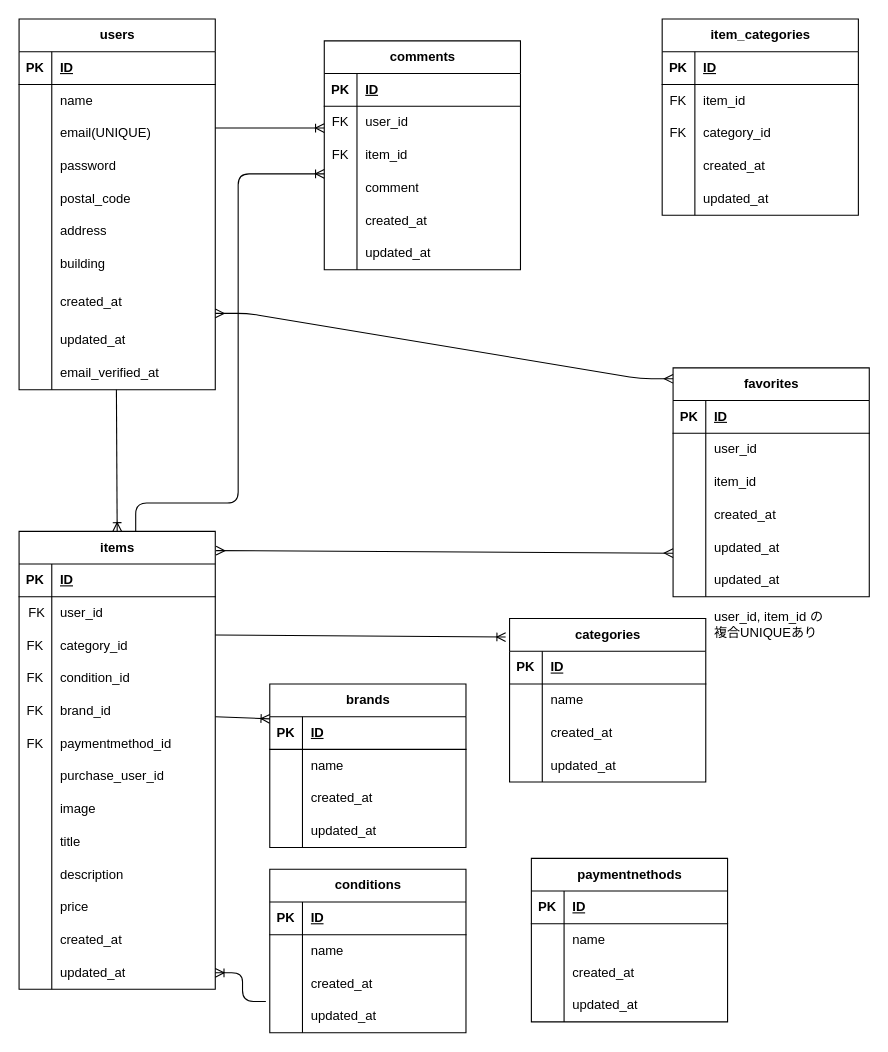
The draw.io diagram flea-market-app.dio in aya1204/flea-market-app, before the edit. Source tidied: cells renumbered, new cells numbered last; positions are measured from the earlier drawing's top-left corner, leaving out a move shared by most shapes. Both pictures are drawn from the tidied source at 109%, with x=0, y=0 at pixel (19, 19).
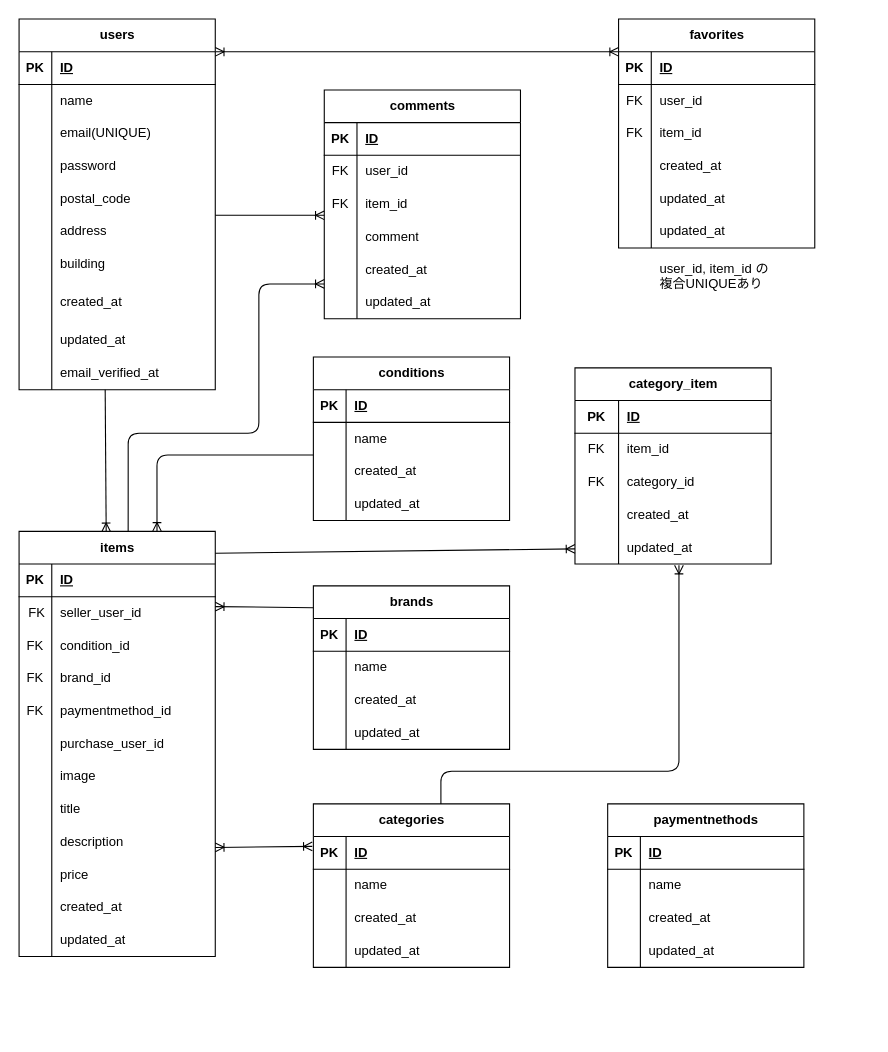
After the change.

The change refers to these unchanged cells:
```xml
<mxCell id="22" style="shape=tableRow;horizontal=0;startSize=0;swimlaneHead=0;swimlaneBody=0;fillColor=none;points=[[0,0.5],[1,0.5]];portConstraint=eastwest;top=0;left=0;right=0;bottom=0;" parent="15" vertex="1">
  <mxGeometry y="90" width="180" height="30" as="geometry" />
</mxCell>
<mxCell id="25" style="shape=tableRow;horizontal=0;startSize=0;swimlaneHead=0;swimlaneBody=0;fillColor=none;points=[[0,0.5],[1,0.5]];portConstraint=eastwest;top=0;left=0;right=0;bottom=0;" parent="15" vertex="1">
  <mxGeometry y="120" width="180" height="30" as="geometry" />
</mxCell>
<mxCell id="86" style="shape=tableRow;horizontal=0;startSize=0;swimlaneHead=0;swimlaneBody=0;fillColor=none;top=0;left=0;right=0;bottom=1;" parent="85" vertex="1">
  <mxGeometry y="30" width="180" height="30" as="geometry" />
</mxCell>
<mxCell id="89" style="shape=tableRow;horizontal=0;startSize=0;swimlaneHead=0;swimlaneBody=0;fillColor=none;top=0;left=0;right=0;bottom=0;" parent="85" vertex="1">
  <mxGeometry y="60" width="180" height="30" as="geometry" />
</mxCell>
<mxCell id="92" style="shape=tableRow;horizontal=0;startSize=0;swimlaneHead=0;swimlaneBody=0;fillColor=none;top=0;left=0;right=0;bottom=0;" parent="85" vertex="1">
  <mxGeometry y="90" width="180" height="30" as="geometry" />
</mxCell>
<mxCell id="95" style="shape=tableRow;horizontal=0;startSize=0;swimlaneHead=0;swimlaneBody=0;fillColor=none;top=0;left=0;right=0;bottom=0;" parent="85" vertex="1">
  <mxGeometry y="120" width="180" height="30" as="geometry" />
</mxCell>
<mxCell id="98" style="shape=tableRow;horizontal=0;startSize=0;swimlaneHead=0;swimlaneBody=0;fillColor=none;points=[[0,0.5],[1,0.5]];portConstraint=eastwest;top=0;left=0;right=0;bottom=0;" parent="85" vertex="1">
  <mxGeometry y="150" width="180" height="30" as="geometry" />
</mxCell>
<mxCell id="102" style="shape=tableRow;horizontal=0;startSize=0;swimlaneHead=0;swimlaneBody=0;fillColor=none;points=[[0,0.5],[1,0.5]];portConstraint=eastwest;top=0;left=0;right=0;bottom=1;" parent="101" vertex="1">
  <mxGeometry y="30" width="180" height="30" as="geometry" />
</mxCell>
<mxCell id="105" style="shape=tableRow;horizontal=0;startSize=0;swimlaneHead=0;swimlaneBody=0;fillColor=none;top=0;left=0;right=0;bottom=0;" parent="101" vertex="1">
  <mxGeometry y="60" width="180" height="30" as="geometry" />
</mxCell>
<mxCell id="108" style="shape=tableRow;horizontal=0;startSize=0;swimlaneHead=0;swimlaneBody=0;fillColor=none;top=0;left=0;right=0;bottom=0;" parent="101" vertex="1">
  <mxGeometry y="90" width="180" height="30" as="geometry" />
</mxCell>
<mxCell id="124" style="shape=tableRow;horizontal=0;startSize=0;swimlaneHead=0;swimlaneBody=0;fillColor=none;points=[[0,0.5],[1,0.5]];portConstraint=eastwest;top=0;left=0;right=0;bottom=0;" parent="120" vertex="1">
  <mxGeometry y="60" width="180" height="30" as="geometry" />
</mxCell>
<mxCell id="177" style="shape=tableRow;horizontal=0;startSize=0;swimlaneHead=0;swimlaneBody=0;fillColor=none;points=[[0,0.5],[1,0.5]];portConstraint=eastwest;top=0;left=0;right=0;bottom=0;" parent="164" vertex="1">
  <mxGeometry y="150" width="180" height="30" as="geometry" />
</mxCell>
```

The edit, as a diff of the source:
```diff
@@
     <mxCell id="2" value="categories" style="shape=table;startSize=30;childLayout=tableLayout;rowLines=0;fontStyle=1;align=center;html=1;" parent="1" vertex="1">
-      <mxGeometry x="450" y="550" width="180" height="150" as="geometry" />
+      <mxGeometry x="270" y="720" width="180" height="150" as="geometry" />
     </mxCell>
@@
     <mxCell id="15" value="conditions" style="shape=table;startSize=30;childLayout=tableLayout;rowLines=0;fontStyle=1;align=center;html=1;" parent="1" vertex="1">
-      <mxGeometry x="230" y="780" width="180" height="150" as="geometry" />
+      <mxGeometry x="270" y="310" width="180" height="150" as="geometry" />
     </mxCell>
@@
     <mxCell id="28" value="brands" style="shape=table;startSize=30;childLayout=tableLayout;rowLines=0;fontStyle=1;align=center;html=1;" parent="1" vertex="1">
-      <mxGeometry x="230" y="610" width="180" height="150" as="geometry" />
+      <mxGeometry x="270" y="520" width="180" height="150" as="geometry" />
     </mxCell>
@@
     <mxCell id="41" value="paymentnethods" style="shape=table;startSize=30;childLayout=tableLayout;rowLines=0;fontStyle=1;align=center;html=1;" parent="1" vertex="1">
-      <mxGeometry x="470" y="770" width="180" height="150" as="geometry" />
+      <mxGeometry x="540" y="720" width="180" height="150" as="geometry" />
     </mxCell>
@@
-    <mxCell id="85" value="item_categories" style="shape=table;startSize=30;childLayout=tableLayout;rowLines=0;fontStyle=1;align=center;html=1;" parent="1" vertex="1">
-      <mxGeometry x="590" width="180" height="180" as="geometry" />
+    <mxCell id="85" value="category_item" style="shape=table;startSize=30;childLayout=tableLayout;rowLines=0;fontStyle=1;align=center;html=1;" parent="1" vertex="1">
+      <mxGeometry x="510" y="320" width="180" height="180" as="geometry" />
     </mxCell>
@@
     <mxCell id="87" value="PK" style="shape=partialRectangle;fillColor=none;top=0;left=0;bottom=0;right=0;fontStyle=1;overflow=hidden;whiteSpace=wrap;html=1;" parent="86" vertex="1">
-      <mxGeometry width="30" height="30" as="geometry" />
+      <mxGeometry width="40" height="30" as="geometry" />
     </mxCell>
     <mxCell id="88" value="ID" style="shape=partialRectangle;fillColor=none;top=0;left=0;bottom=0;right=0;align=left;spacingLeft=6;fontStyle=5;overflow=hidden;whiteSpace=wrap;html=1;" parent="86" vertex="1">
-      <mxGeometry x="30" width="150" height="30" as="geometry" />
+      <mxGeometry x="40" width="140" height="30" as="geometry" />
     </mxCell>
@@
     <mxCell id="90" value="FK" style="shape=partialRectangle;fillColor=none;top=0;left=0;bottom=0;right=0;overflow=hidden;whiteSpace=wrap;html=1;" parent="89" vertex="1">
-      <mxGeometry width="30" height="30" as="geometry" />
+      <mxGeometry width="40" height="30" as="geometry" />
     </mxCell>
     <mxCell id="91" value="item_id" style="shape=partialRectangle;fillColor=none;top=0;left=0;bottom=0;right=0;align=left;spacingLeft=6;overflow=hidden;whiteSpace=wrap;html=1;" parent="89" vertex="1">
-      <mxGeometry x="30" width="150" height="30" as="geometry" />
+      <mxGeometry x="40" width="140" height="30" as="geometry" />
     </mxCell>
@@
     <mxCell id="93" value="FK" style="shape=partialRectangle;fillColor=none;top=0;left=0;bottom=0;right=0;overflow=hidden;whiteSpace=wrap;html=1;" parent="92" vertex="1">
-      <mxGeometry width="30" height="30" as="geometry" />
+      <mxGeometry width="40" height="30" as="geometry" />
     </mxCell>
     <mxCell id="94" value="category_id" style="shape=partialRectangle;fillColor=none;top=0;left=0;bottom=0;right=0;align=left;spacingLeft=6;overflow=hidden;whiteSpace=wrap;html=1;" parent="92" vertex="1">
-      <mxGeometry x="30" width="150" height="30" as="geometry" />
+      <mxGeometry x="40" width="140" height="30" as="geometry" />
     </mxCell>
@@
     <mxCell id="96" style="shape=partialRectangle;fillColor=none;top=0;left=0;bottom=0;right=0;overflow=hidden;whiteSpace=wrap;html=1;" parent="95" vertex="1">
-      <mxGeometry width="30" height="30" as="geometry" />
+      <mxGeometry width="40" height="30" as="geometry" />
     </mxCell>
     <mxCell id="97" value="created_at" style="shape=partialRectangle;fillColor=none;top=0;left=0;bottom=0;right=0;align=left;spacingLeft=6;overflow=hidden;whiteSpace=wrap;html=1;" parent="95" vertex="1">
-      <mxGeometry x="30" width="150" height="30" as="geometry" />
+      <mxGeometry x="40" width="140" height="30" as="geometry" />
     </mxCell>
@@
     <mxCell id="99" style="shape=partialRectangle;fillColor=none;top=0;left=0;bottom=0;right=0;overflow=hidden;whiteSpace=wrap;html=1;" parent="98" vertex="1">
-      <mxGeometry width="30" height="30" as="geometry" />
+      <mxGeometry width="40" height="30" as="geometry" />
     </mxCell>
     <mxCell id="100" value="updated_at" style="shape=partialRectangle;fillColor=none;top=0;left=0;bottom=0;right=0;align=left;spacingLeft=6;overflow=hidden;whiteSpace=wrap;html=1;" parent="98" vertex="1">
-      <mxGeometry x="30" width="150" height="30" as="geometry" />
+      <mxGeometry x="40" width="140" height="30" as="geometry" />
     </mxCell>
     <mxCell id="101" value="favorites" style="shape=table;startSize=30;childLayout=tableLayout;rowLines=0;fontStyle=1;align=center;html=1;" parent="1" vertex="1">
-      <mxGeometry x="600" y="320" width="180" height="210" as="geometry" />
+      <mxGeometry x="550" width="180" height="210" as="geometry" />
     </mxCell>
@@
-    <mxCell id="106" style="shape=partialRectangle;fillColor=none;top=0;left=0;bottom=0;right=0;overflow=hidden;whiteSpace=wrap;html=1;" parent="105" vertex="1">
+    <mxCell id="106" value="FK" style="shape=partialRectangle;fillColor=none;top=0;left=0;bottom=0;right=0;overflow=hidden;whiteSpace=wrap;html=1;" parent="105" vertex="1">
       <mxGeometry width="30" height="30" as="geometry" />
     </mxCell>
@@
-    <mxCell id="109" style="shape=partialRectangle;fillColor=none;top=0;left=0;bottom=0;right=0;overflow=hidden;whiteSpace=wrap;html=1;" parent="108" vertex="1">
+    <mxCell id="109" value="FK" style="shape=partialRectangle;fillColor=none;top=0;left=0;bottom=0;right=0;overflow=hidden;whiteSpace=wrap;html=1;" parent="108" vertex="1">
       <mxGeometry width="30" height="30" as="geometry" />
     </mxCell>
@@
+    <mxCell id="191" style="edgeStyle=none;html=1;" parent="1" edge="1" source="120">
+      <mxGeometry relative="1" as="geometry">
+        <mxPoint x="80" y="470" as="targetPoint" />
+      </mxGeometry>
+    </mxCell>
     <mxCell id="120" value="items" style="shape=table;startSize=30;childLayout=tableLayout;rowLines=0;fontStyle=1;align=center;html=1;" parent="1" vertex="1">
-      <mxGeometry y="470" width="180" height="420" as="geometry" />
+      <mxGeometry y="470" width="180" height="390" as="geometry" />
     </mxCell>
@@
-    <mxCell id="126" value="user_id" style="shape=partialRectangle;fillColor=none;top=0;left=0;bottom=0;right=0;align=left;spacingLeft=6;overflow=hidden;whiteSpace=wrap;html=1;" parent="124" vertex="1">
+    <mxCell id="126" value="seller_user_id" style="shape=partialRectangle;fillColor=none;top=0;left=0;bottom=0;right=0;align=left;spacingLeft=6;overflow=hidden;whiteSpace=wrap;html=1;" parent="124" vertex="1">
       <mxGeometry x="30" width="150" height="30" as="geometry" />
     </mxCell>
-    <mxCell id="127" style="shape=tableRow;horizontal=0;startSize=0;swimlaneHead=0;swimlaneBody=0;fillColor=none;top=0;left=0;right=0;bottom=0;" parent="120" vertex="1">
-      <mxGeometry y="90" width="180" height="30" as="geometry" />
-    </mxCell>
-    <mxCell id="128" value="FK" style="shape=partialRectangle;fillColor=none;top=0;left=0;bottom=0;right=0;overflow=hidden;whiteSpace=wrap;html=1;" parent="127" vertex="1">
-      <mxGeometry width="30" height="30" as="geometry" />
-    </mxCell>
-    <mxCell id="129" value="category_id" style="shape=partialRectangle;fillColor=none;top=0;left=0;bottom=0;right=0;align=left;spacingLeft=6;overflow=hidden;whiteSpace=wrap;html=1;" parent="127" vertex="1">
-      <mxGeometry x="30" width="150" height="30" as="geometry" />
-    </mxCell>
     <mxCell id="130" style="shape=tableRow;horizontal=0;startSize=0;swimlaneHead=0;swimlaneBody=0;fillColor=none;top=0;left=0;right=0;bottom=0;" parent="120" vertex="1">
-      <mxGeometry y="120" width="180" height="30" as="geometry" />
+      <mxGeometry y="90" width="180" height="30" as="geometry" />
     </mxCell>
@@
     <mxCell id="133" style="shape=tableRow;horizontal=0;startSize=0;swimlaneHead=0;swimlaneBody=0;fillColor=none;top=0;left=0;right=0;bottom=0;" parent="120" vertex="1">
-      <mxGeometry y="150" width="180" height="30" as="geometry" />
+      <mxGeometry y="120" width="180" height="30" as="geometry" />
     </mxCell>
@@
     <mxCell id="136" style="shape=tableRow;horizontal=0;startSize=0;swimlaneHead=0;swimlaneBody=0;fillColor=none;top=0;left=0;right=0;bottom=0;" parent="120" vertex="1">
-      <mxGeometry y="180" width="180" height="30" as="geometry" />
+      <mxGeometry y="150" width="180" height="30" as="geometry" />
     </mxCell>
@@
     <mxCell id="139" style="shape=tableRow;horizontal=0;startSize=0;swimlaneHead=0;swimlaneBody=0;fillColor=none;top=0;left=0;right=0;bottom=0;" parent="120" vertex="1">
-      <mxGeometry y="210" width="180" height="30" as="geometry" />
+      <mxGeometry y="180" width="180" height="30" as="geometry" />
     </mxCell>
@@
     <mxCell id="142" style="shape=tableRow;horizontal=0;startSize=0;swimlaneHead=0;swimlaneBody=0;fillColor=none;top=0;left=0;right=0;bottom=0;" parent="120" vertex="1">
-      <mxGeometry y="240" width="180" height="30" as="geometry" />
+      <mxGeometry y="210" width="180" height="30" as="geometry" />
     </mxCell>
@@
     <mxCell id="145" style="shape=tableRow;horizontal=0;startSize=0;swimlaneHead=0;swimlaneBody=0;fillColor=none;top=0;left=0;right=0;bottom=0;" parent="120" vertex="1">
-      <mxGeometry y="270" width="180" height="30" as="geometry" />
+      <mxGeometry y="240" width="180" height="30" as="geometry" />
     </mxCell>
@@
     <mxCell id="148" style="shape=tableRow;horizontal=0;startSize=0;swimlaneHead=0;swimlaneBody=0;fillColor=none;top=0;left=0;right=0;bottom=0;" parent="120" vertex="1">
-      <mxGeometry y="300" width="180" height="30" as="geometry" />
+      <mxGeometry y="270" width="180" height="30" as="geometry" />
     </mxCell>
@@
     <mxCell id="151" style="shape=tableRow;horizontal=0;startSize=0;swimlaneHead=0;swimlaneBody=0;fillColor=none;top=0;left=0;right=0;bottom=0;" parent="120" vertex="1">
-      <mxGeometry y="330" width="180" height="30" as="geometry" />
+      <mxGeometry y="300" width="180" height="30" as="geometry" />
     </mxCell>
@@
     <mxCell id="154" style="shape=tableRow;horizontal=0;startSize=0;swimlaneHead=0;swimlaneBody=0;fillColor=none;top=0;left=0;right=0;bottom=0;" parent="120" vertex="1">
-      <mxGeometry y="360" width="180" height="30" as="geometry" />
+      <mxGeometry y="330" width="180" height="30" as="geometry" />
     </mxCell>
@@
     <mxCell id="157" style="shape=tableRow;horizontal=0;startSize=0;swimlaneHead=0;swimlaneBody=0;fillColor=none;points=[[0,0.5],[1,0.5]];portConstraint=eastwest;top=0;left=0;right=0;bottom=0;" parent="120" vertex="1">
-      <mxGeometry y="390" width="180" height="30" as="geometry" />
+      <mxGeometry y="360" width="180" height="30" as="geometry" />
     </mxCell>
@@
     <mxCell id="160" style="shape=table;startSize=0;childLayout=tableLayout;rowLines=0;fontStyle=0;align=center;strokeColor=none;fillColor=none;whiteSpace=wrap;html=1;" parent="1" vertex="1">
-      <mxGeometry x="600" y="530" width="180" height="70" as="geometry" />
+      <mxGeometry x="550" y="210" width="180" height="50" as="geometry" />
     </mxCell>
@@
     <mxCell id="164" value="comments" style="shape=table;startSize=30;childLayout=tableLayout;rowLines=0;fontStyle=1;align=center;html=1;" parent="1" vertex="1">
-      <mxGeometry x="280" y="20" width="180" height="210" as="geometry" />
+      <mxGeometry x="280" y="65" width="180" height="210" as="geometry" />
     </mxCell>
@@
-    <mxCell id="183" style="fontSize=12;html=1;endArrow=ERoneToMany;entryX=0.5;entryY=0;entryDx=0;entryDy=0;" parent="1" edge="1" target="120">
-      <mxGeometry relative="1" as="geometry">
-        <mxPoint x="89.3" y="340" as="sourcePoint" />
-      </mxGeometry>
-    </mxCell>
-    <mxCell id="184" style="fontSize=12;html=1;endArrow=ERoneToMany;" parent="1" edge="1">
-      <mxGeometry relative="1" as="geometry">
-        <mxPoint x="180" y="100" as="sourcePoint" />
-        <mxPoint x="280" y="100" as="targetPoint" />
-      </mxGeometry>
-    </mxCell>
-    <mxCell id="185" style="fontSize=12;html=1;endArrow=ERoneToMany;edgeStyle=orthogonalEdgeStyle;" parent="1" edge="1">
-      <mxGeometry relative="1" as="geometry">
-        <mxPoint x="107" y="470" as="sourcePoint" />
-        <mxPoint x="280" y="142" as="targetPoint" />
-        <Array as="points">
-          <mxPoint x="107" y="444" />
-          <mxPoint x="201" y="444" />
-          <mxPoint x="201" y="142" />
-        </Array>
-      </mxGeometry>
-    </mxCell>
-    <mxCell id="186" style="fontSize=12;html=1;endArrow=ERoneToMany;entryX=-0.02;entryY=0.113;entryDx=0;entryDy=0;entryPerimeter=0;" parent="1" edge="1" target="2">
-      <mxGeometry relative="1" as="geometry">
-        <mxPoint x="180" y="565" as="sourcePoint" />
-      </mxGeometry>
-    </mxCell>
-    <mxCell id="187" style="fontSize=12;html=1;endArrow=ERoneToMany;" parent="1" edge="1">
-      <mxGeometry relative="1" as="geometry">
-        <mxPoint x="180" y="640" as="sourcePoint" />
-        <mxPoint x="230" y="642" as="targetPoint" />
-      </mxGeometry>
-    </mxCell>
-    <mxCell id="188" style="fontSize=12;html=1;endArrow=ERoneToMany;edgeStyle=orthogonalEdgeStyle;exitX=-0.02;exitY=0.044;exitDx=0;exitDy=0;exitPerimeter=0;" parent="1" edge="1" source="25" target="157">
-      <mxGeometry relative="1" as="geometry" />
-    </mxCell>
-    <mxCell id="189" style="edgeStyle=entityRelationEdgeStyle;fontSize=12;html=1;endArrow=ERmany;startArrow=ERmany;" parent="1" edge="1">
-      <mxGeometry relative="1" as="geometry">
-        <mxPoint x="180" y="270" as="sourcePoint" />
-        <mxPoint x="600" y="330" as="targetPoint" />
-      </mxGeometry>
-    </mxCell>
-    <mxCell id="190" style="fontSize=12;html=1;endArrow=ERmany;startArrow=ERmany;exitX=1.004;exitY=0.042;exitDx=0;exitDy=0;exitPerimeter=0;" parent="1" edge="1" source="120">
-      <mxGeometry relative="1" as="geometry">
-        <mxPoint x="600" y="490" as="targetPoint" />
-      </mxGeometry>
-    </mxCell>
+    <mxCell id="192" style="fontSize=12;html=1;endArrow=ERoneToMany;entryX=0.444;entryY=0.001;entryDx=0;entryDy=0;entryPerimeter=0;" parent="1" edge="1" target="120">
+      <mxGeometry relative="1" as="geometry">
+        <mxPoint x="79" y="340" as="sourcePoint" />
+      </mxGeometry>
+    </mxCell>
+    <mxCell id="193" style="fontSize=12;html=1;endArrow=ERoneToMany;exitX=1;exitY=0.5;exitDx=0;exitDy=0;entryX=0;entryY=0.833;entryDx=0;entryDy=0;entryPerimeter=0;" parent="1" edge="1">
+      <mxGeometry relative="1" as="geometry">
+        <mxPoint x="180" y="180" as="sourcePoint" />
+        <mxPoint x="280" y="180" as="targetPoint" />
+      </mxGeometry>
+    </mxCell>
+    <mxCell id="194" style="fontSize=12;html=1;endArrow=ERoneToMany;startArrow=ERoneToMany;entryX=0;entryY=0;entryDx=0;entryDy=0;entryPerimeter=0;" parent="1" edge="1" target="102">
+      <mxGeometry relative="1" as="geometry">
+        <mxPoint x="180" y="30" as="sourcePoint" />
+      </mxGeometry>
+    </mxCell>
+    <mxCell id="195" style="fontSize=12;html=1;endArrow=ERoneToMany;edgeStyle=orthogonalEdgeStyle;exitX=0.556;exitY=0;exitDx=0;exitDy=0;exitPerimeter=0;entryX=0;entryY=0.933;entryDx=0;entryDy=0;entryPerimeter=0;" parent="1" edge="1" source="120" target="177">
+      <mxGeometry relative="1" as="geometry">
+        <Array as="points">
+          <mxPoint x="100" y="380" />
+          <mxPoint x="220" y="380" />
+          <mxPoint x="220" y="243" />
+        </Array>
+      </mxGeometry>
+    </mxCell>
+    <mxCell id="196" style="fontSize=12;html=1;endArrow=ERoneToMany;edgeStyle=orthogonalEdgeStyle;exitX=0;exitY=0;exitDx=0;exitDy=0;exitPerimeter=0;entryX=0.703;entryY=0;entryDx=0;entryDy=0;entryPerimeter=0;" parent="1" edge="1" source="22" target="120">
+      <mxGeometry relative="1" as="geometry">
+        <Array as="points">
+          <mxPoint x="127" y="400" />
+        </Array>
+      </mxGeometry>
+    </mxCell>
+    <mxCell id="197" style="fontSize=12;html=1;endArrow=ERoneToMany;entryX=1;entryY=0.3;entryDx=0;entryDy=0;entryPerimeter=0;" parent="1" edge="1" target="124">
+      <mxGeometry relative="1" as="geometry">
+        <mxPoint x="270" y="540" as="sourcePoint" />
+      </mxGeometry>
+    </mxCell>
+    <mxCell id="198" style="fontSize=12;html=1;endArrow=ERoneToMany;startArrow=ERoneToMany;" parent="1" edge="1">
+      <mxGeometry relative="1" as="geometry">
+        <mxPoint x="180" y="760" as="sourcePoint" />
+        <mxPoint x="269" y="759" as="targetPoint" />
+      </mxGeometry>
+    </mxCell>
+    <mxCell id="199" style="fontSize=12;html=1;endArrow=ERoneToMany;exitX=1;exitY=0.5;exitDx=0;exitDy=0;" parent="1" edge="1" target="98">
+      <mxGeometry relative="1" as="geometry">
+        <mxPoint x="180" y="490" as="sourcePoint" />
+      </mxGeometry>
+    </mxCell>
+    <mxCell id="200" style="fontSize=12;html=1;endArrow=ERoneToMany;edgeStyle=orthogonalEdgeStyle;exitX=0.556;exitY=0;exitDx=0;exitDy=0;exitPerimeter=0;entryX=0.53;entryY=1.033;entryDx=0;entryDy=0;entryPerimeter=0;" parent="1" edge="1" target="98">
+      <mxGeometry relative="1" as="geometry">
+        <mxPoint x="387" y="720" as="sourcePoint" />
+        <Array as="points">
+          <mxPoint x="387" y="690" />
+          <mxPoint x="605" y="690" />
+        </Array>
+      </mxGeometry>
+    </mxCell>
```
